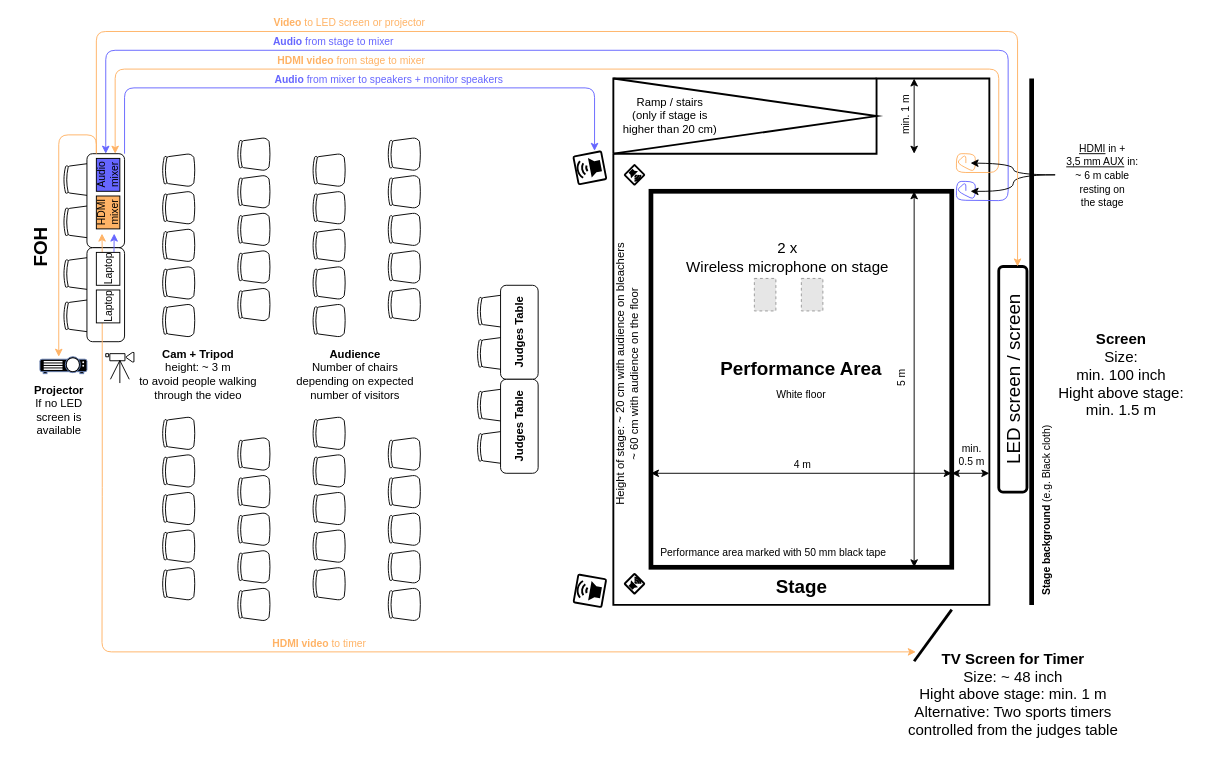
This is resources/organizers/stage_setup.drawio from robocup-junior/onstage, a draw.io file, before an edit. Source tidied: cells renumbered, new cells numbered last; positions are measured from the earlier drawing's top-left corner, leaving out a move shared by most shapes. Both pictures are drawn from the tidied source at 94%, with x=0, y=0 at pixel (16, 31). Pictures stored in the file or linked from it are replaced by grey dashed boxes.
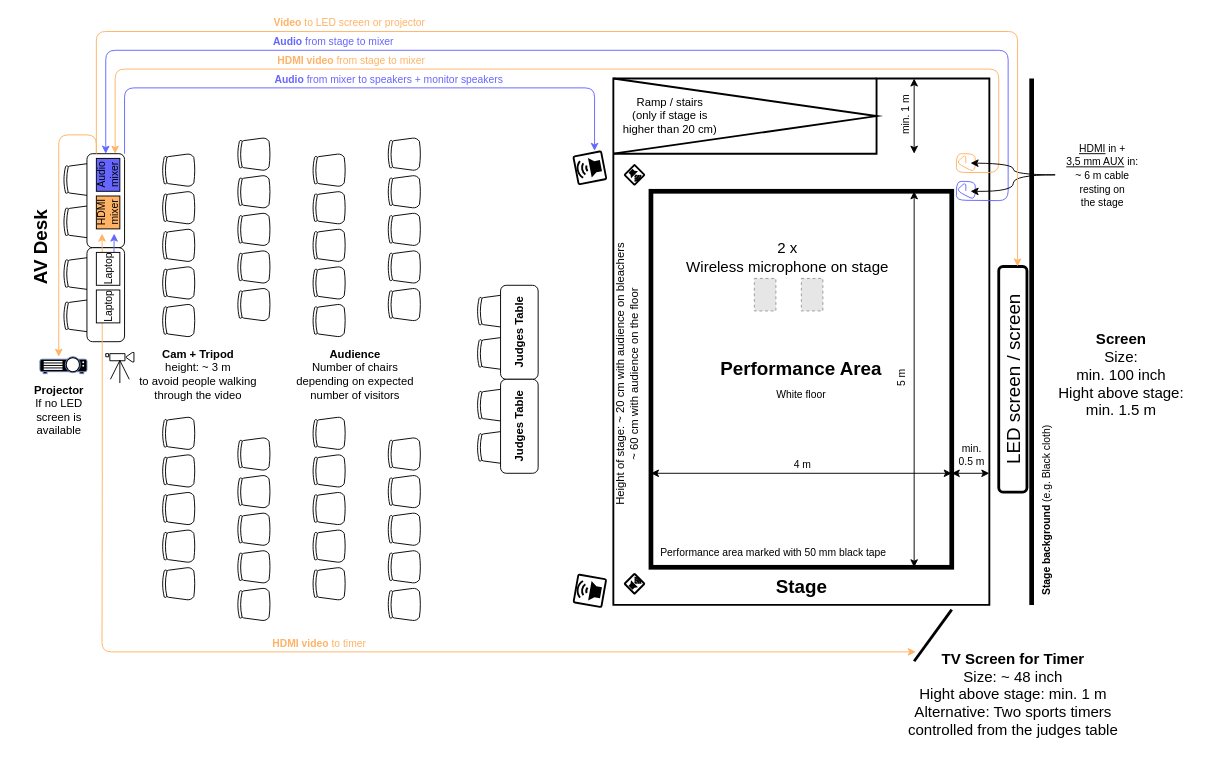
The same diagram, later.

Commit message:
Change FOH to AV desk

Change to the diagram source:
```diff
@@
-    <mxCell id="76" value="FOH" style="text;html=1;align=center;verticalAlign=middle;strokeColor=none;fillColor=none;horizontal=0;fontSize=20;fontStyle=1;" parent="1" vertex="1">
-      <mxGeometry y="200" width="50" height="60" as="geometry" />
+    <mxCell id="76" value="AV Desk" style="text;html=1;align=center;verticalAlign=middle;strokeColor=none;fillColor=none;horizontal=0;fontSize=20;fontStyle=1;" parent="1" vertex="1">
+      <mxGeometry x="8" y="188" width="34" height="84" as="geometry" />
     </mxCell>
```
